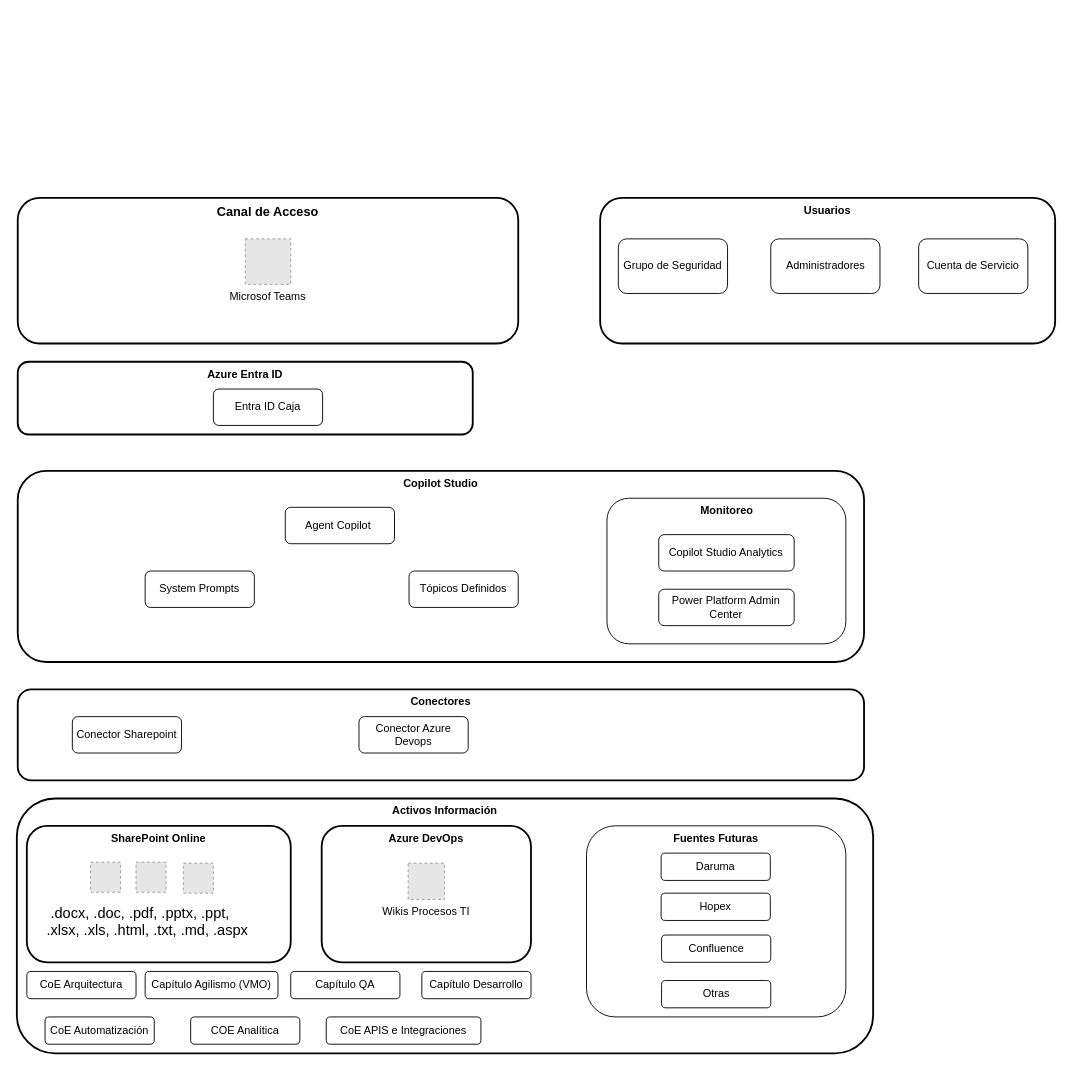
carlosvalderrama1204/diagrams keeps this draw.io diagram as page "Page-6" (5 of 8) of Proyecto Gestión Conocimiento.drawio. Above is the earlier version. Source tidied: cells renumbered, new cells numbered last; positions are measured from the earlier drawing's top-left corner, leaving out a move shared by most shapes. Both pictures are drawn from the tidied source at 91%, with x=0, y=0 at pixel (16, 197). Pictures stored in the file or linked from it are replaced by grey dashed boxes.
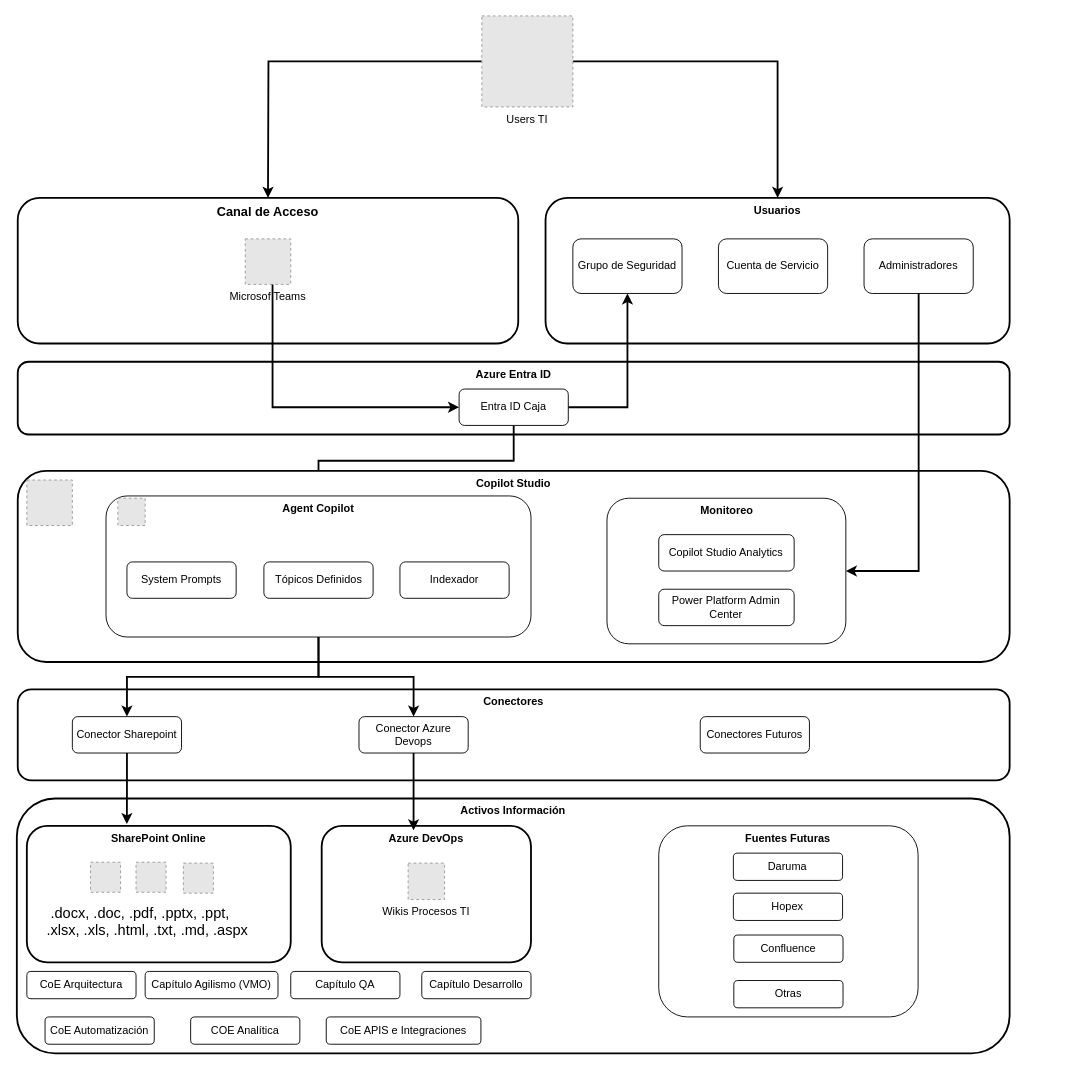
The same diagram, later.

The change refers to these unchanged cells:
```xml
<mxCell id="4" value="Microsof Teams" style="fillColor=#E6E6E6;strokeColor=#999999;dashed=1;verticalLabelPosition=bottom;labelBackgroundColor=default;verticalAlign=top;" parent="1" vertex="1">
  <mxGeometry x="251" y="45" width="50" height="50" as="geometry" />
</mxCell>
<mxCell id="15" value="Conector Sharepoint" style="rounded=1;whiteSpace=wrap;html=1;" parent="1" vertex="1">
  <mxGeometry x="61" y="570" width="120" height="40" as="geometry" />
</mxCell>
<mxCell id="16" value="Conector Azure Devops" style="rounded=1;whiteSpace=wrap;html=1;" parent="1" vertex="1">
  <mxGeometry x="376" y="570" width="120" height="40" as="geometry" />
</mxCell>
<mxCell id="17" value="&lt;b&gt;SharePoint Online&lt;/b&gt;" style="rounded=1;whiteSpace=wrap;html=1;verticalAlign=top;strokeWidth=2;" parent="1" vertex="1">
  <mxGeometry x="11" y="690" width="290" height="150" as="geometry" />
</mxCell>
<mxCell id="19" value="&lt;b&gt;Azure DevOps&lt;/b&gt;" style="rounded=1;whiteSpace=wrap;html=1;verticalAlign=top;strokeWidth=2;" parent="1" vertex="1">
  <mxGeometry x="335" y="690" width="230" height="150" as="geometry" />
</mxCell>
<mxCell id="38" value="&lt;b&gt;Monitoreo&lt;/b&gt;" style="rounded=1;whiteSpace=wrap;html=1;verticalAlign=top;" parent="1" vertex="1">
  <mxGeometry x="648.5" y="330" width="262.5" height="160" as="geometry" />
</mxCell>
```

Diff of the diagram source:
```diff
@@
     <mxCell id="2" value="Activos Información" style="rounded=1;whiteSpace=wrap;html=1;strokeWidth=2;fontStyle=1;verticalAlign=top;" parent="1" vertex="1">
-      <mxGeometry y="660" width="941" height="280" as="geometry" />
+      <mxGeometry y="660" width="1091" height="280" as="geometry" />
     </mxCell>
@@
     <mxCell id="5" value="Usuarios" style="rounded=1;whiteSpace=wrap;html=1;strokeWidth=2;verticalAlign=top;fontStyle=1;" parent="1" vertex="1">
-      <mxGeometry x="641" width="500" height="160" as="geometry" />
+      <mxGeometry x="581" width="510" height="160" as="geometry" />
     </mxCell>
     <mxCell id="6" value="Grupo de Seguridad" style="rounded=1;whiteSpace=wrap;html=1;" parent="1" vertex="1">
-      <mxGeometry x="661" y="45" width="120" height="60" as="geometry" />
+      <mxGeometry x="611" y="45" width="120" height="60" as="geometry" />
     </mxCell>
     <mxCell id="7" value="Administradores" style="rounded=1;whiteSpace=wrap;html=1;" parent="1" vertex="1">
-      <mxGeometry x="828.5" y="45" width="120" height="60" as="geometry" />
+      <mxGeometry x="931" y="45" width="120" height="60" as="geometry" />
     </mxCell>
     <mxCell id="8" value="Azure Entra ID" style="rounded=1;whiteSpace=wrap;html=1;strokeWidth=2;verticalAlign=top;fontStyle=1;" parent="1" vertex="1">
-      <mxGeometry x="1" y="180" width="500" height="80" as="geometry" />
+      <mxGeometry x="1" y="180" width="1090" height="80" as="geometry" />
     </mxCell>
+    <mxCell id="41" style="edgeStyle=orthogonalEdgeStyle;rounded=0;jettySize=auto;html=1;entryX=0.5;entryY=1;entryDx=0;entryDy=0;strokeWidth=2;" parent="1" edge="1" source="9" target="6">
+      <mxGeometry relative="1" as="geometry" />
+    </mxCell>
+    <mxCell id="42" style="edgeStyle=orthogonalEdgeStyle;rounded=0;jettySize=auto;html=1;entryX=0.5;entryY=0;entryDx=0;entryDy=0;strokeWidth=2;" parent="1" edge="1" source="9" target="11">
+      <mxGeometry relative="1" as="geometry" />
+    </mxCell>
     <mxCell id="9" value="Entra ID Caja" style="rounded=1;whiteSpace=wrap;html=1;" parent="1" vertex="1">
-      <mxGeometry x="216" y="210" width="120" height="40" as="geometry" />
+      <mxGeometry x="486" y="210" width="120" height="40" as="geometry" />
     </mxCell>
     <mxCell id="10" value="Copilot Studio" style="rounded=1;whiteSpace=wrap;html=1;strokeWidth=2;verticalAlign=top;fontStyle=1;" parent="1" vertex="1">
-      <mxGeometry x="1" y="300" width="930" height="210" as="geometry" />
+      <mxGeometry x="1" y="300" width="1090" height="210" as="geometry" />
     </mxCell>
-    <mxCell id="11" value="Agent Copilot&amp;nbsp;" style="rounded=1;whiteSpace=wrap;html=1;" parent="1" vertex="1">
-      <mxGeometry x="295" y="340" width="120" height="40" as="geometry" />
+    <mxCell id="11" value="&amp;nbsp;Agent Copilot&amp;nbsp;" style="rounded=1;whiteSpace=wrap;html=1;fontStyle=1;verticalAlign=top;" parent="1" vertex="1">
+      <mxGeometry x="98" y="327.5" width="467" height="155" as="geometry" />
     </mxCell>
     <mxCell id="12" value="Tópicos Definidos" style="rounded=1;whiteSpace=wrap;html=1;" parent="1" vertex="1">
-      <mxGeometry x="431" y="410" width="120" height="40" as="geometry" />
+      <mxGeometry x="271.5" y="400" width="120" height="40" as="geometry" />
     </mxCell>
     <mxCell id="13" value="System Prompts" style="rounded=1;whiteSpace=wrap;html=1;" parent="1" vertex="1">
-      <mxGeometry x="141" y="410" width="120" height="40" as="geometry" />
+      <mxGeometry x="121" y="400" width="120" height="40" as="geometry" />
     </mxCell>
     <mxCell id="14" value="Conectores" style="rounded=1;whiteSpace=wrap;html=1;verticalAlign=top;fontStyle=1;strokeWidth=2;" parent="1" vertex="1">
-      <mxGeometry x="1" y="540" width="930" height="100" as="geometry" />
+      <mxGeometry x="1" y="540" width="1090" height="100" as="geometry" />
     </mxCell>
@@
     <mxCell id="32" value="Fuentes Futuras" style="rounded=1;whiteSpace=wrap;html=1;verticalAlign=top;fontStyle=1;" parent="1" vertex="1">
-      <mxGeometry x="626" y="690" width="285" height="210" as="geometry" />
+      <mxGeometry x="705.4" y="690" width="285" height="210" as="geometry" />
     </mxCell>
     <mxCell id="33" value="Daruma" style="rounded=1;whiteSpace=wrap;html=1;" parent="1" vertex="1">
-      <mxGeometry x="708" y="720" width="120" height="30" as="geometry" />
+      <mxGeometry x="787.4" y="720" width="120" height="30" as="geometry" />
     </mxCell>
     <mxCell id="34" value="Hopex" style="rounded=1;whiteSpace=wrap;html=1;" parent="1" vertex="1">
-      <mxGeometry x="708" y="764" width="120" height="30" as="geometry" />
+      <mxGeometry x="787.4" y="764" width="120" height="30" as="geometry" />
     </mxCell>
     <mxCell id="35" value="Confluence" style="rounded=1;whiteSpace=wrap;html=1;" parent="1" vertex="1">
-      <mxGeometry x="708.5" y="810" width="120" height="30" as="geometry" />
+      <mxGeometry x="787.9" y="810" width="120" height="30" as="geometry" />
     </mxCell>
     <mxCell id="36" value="Otras" style="rounded=1;whiteSpace=wrap;html=1;" parent="1" vertex="1">
-      <mxGeometry x="708.5" y="860" width="120" height="30" as="geometry" />
+      <mxGeometry x="787.9" y="860" width="120" height="30" as="geometry" />
     </mxCell>
     <mxCell id="37" value="Cuenta de Servicio" style="rounded=1;whiteSpace=wrap;html=1;" parent="1" vertex="1">
-      <mxGeometry x="991" y="45" width="120" height="60" as="geometry" />
+      <mxGeometry x="771" y="45" width="120" height="60" as="geometry" />
     </mxCell>
@@
+    <mxCell id="43" style="fillColor=#E6E6E6;strokeColor=#999999;dashed=1;verticalLabelPosition=bottom;labelBackgroundColor=default;verticalAlign=top;" parent="1" vertex="1">
+      <mxGeometry x="11" y="310" width="50" height="50" as="geometry" />
+    </mxCell>
+    <mxCell id="44" value="Conectores Futuros" style="rounded=1;whiteSpace=wrap;html=1;" parent="1" vertex="1">
+      <mxGeometry x="751" y="570" width="120" height="40" as="geometry" />
+    </mxCell>
+    <mxCell id="45" style="fillColor=#E6E6E6;strokeColor=#999999;dashed=1;verticalLabelPosition=bottom;labelBackgroundColor=default;verticalAlign=top;" parent="1" vertex="1">
+      <mxGeometry x="111" y="330" width="30" height="30" as="geometry" />
+    </mxCell>
+    <mxCell id="46" style="edgeStyle=orthogonalEdgeStyle;rounded=0;jettySize=auto;html=1;strokeWidth=2;" parent="1" edge="1" source="48">
+      <mxGeometry relative="1" as="geometry">
+        <mxPoint x="276" as="targetPoint" />
+      </mxGeometry>
+    </mxCell>
+    <mxCell id="47" style="edgeStyle=orthogonalEdgeStyle;rounded=0;jettySize=auto;html=1;entryX=0.5;entryY=0;entryDx=0;entryDy=0;strokeWidth=2;" parent="1" edge="1" source="48" target="5">
+      <mxGeometry relative="1" as="geometry">
+        <Array as="points">
+          <mxPoint x="836" y="-150" />
+        </Array>
+      </mxGeometry>
+    </mxCell>
+    <mxCell id="48" value="Users TI" style="fillColor=#E6E6E6;strokeColor=#999999;dashed=1;verticalLabelPosition=bottom;labelBackgroundColor=default;verticalAlign=top;" parent="1" vertex="1">
+      <mxGeometry x="511" y="-200" width="100" height="100" as="geometry" />
+    </mxCell>
+    <mxCell id="49" value="Indexador" style="rounded=1;whiteSpace=wrap;html=1;" parent="1" vertex="1">
+      <mxGeometry x="421" y="400" width="120" height="40" as="geometry" />
+    </mxCell>
+    <mxCell id="50" style="edgeStyle=orthogonalEdgeStyle;rounded=0;jettySize=auto;html=1;strokeWidth=2;" parent="1" edge="1" source="11" target="15">
+      <mxGeometry relative="1" as="geometry" />
+    </mxCell>
+    <mxCell id="51" style="edgeStyle=orthogonalEdgeStyle;rounded=0;jettySize=auto;html=1;exitX=0.5;exitY=1;exitDx=0;exitDy=0;strokeWidth=2;" parent="1" edge="1" source="11" target="16">
+      <mxGeometry relative="1" as="geometry" />
+    </mxCell>
+    <mxCell id="52" style="edgeStyle=orthogonalEdgeStyle;rounded=0;jettySize=auto;html=1;entryX=1;entryY=0.5;entryDx=0;entryDy=0;strokeWidth=2;" parent="1" edge="1" source="7" target="38">
+      <mxGeometry relative="1" as="geometry">
+        <Array as="points">
+          <mxPoint x="991" y="410" />
+        </Array>
+      </mxGeometry>
+    </mxCell>
+    <mxCell id="53" style="edgeStyle=orthogonalEdgeStyle;rounded=0;jettySize=auto;html=1;entryX=0;entryY=0.5;entryDx=0;entryDy=0;strokeWidth=2;" parent="1" edge="1" source="4" target="9">
+      <mxGeometry relative="1" as="geometry">
+        <Array as="points">
+          <mxPoint x="281" y="230" />
+        </Array>
+      </mxGeometry>
+    </mxCell>
+    <mxCell id="54" style="edgeStyle=orthogonalEdgeStyle;rounded=0;jettySize=auto;html=1;entryX=0.379;entryY=-0.013;entryDx=0;entryDy=0;entryPerimeter=0;strokeWidth=2;" parent="1" edge="1" source="15" target="17">
+      <mxGeometry relative="1" as="geometry" />
+    </mxCell>
+    <mxCell id="55" style="edgeStyle=orthogonalEdgeStyle;rounded=0;jettySize=auto;html=1;entryX=0.439;entryY=0.033;entryDx=0;entryDy=0;entryPerimeter=0;strokeWidth=2;" parent="1" edge="1" source="16" target="19">
+      <mxGeometry relative="1" as="geometry" />
+    </mxCell>
```
